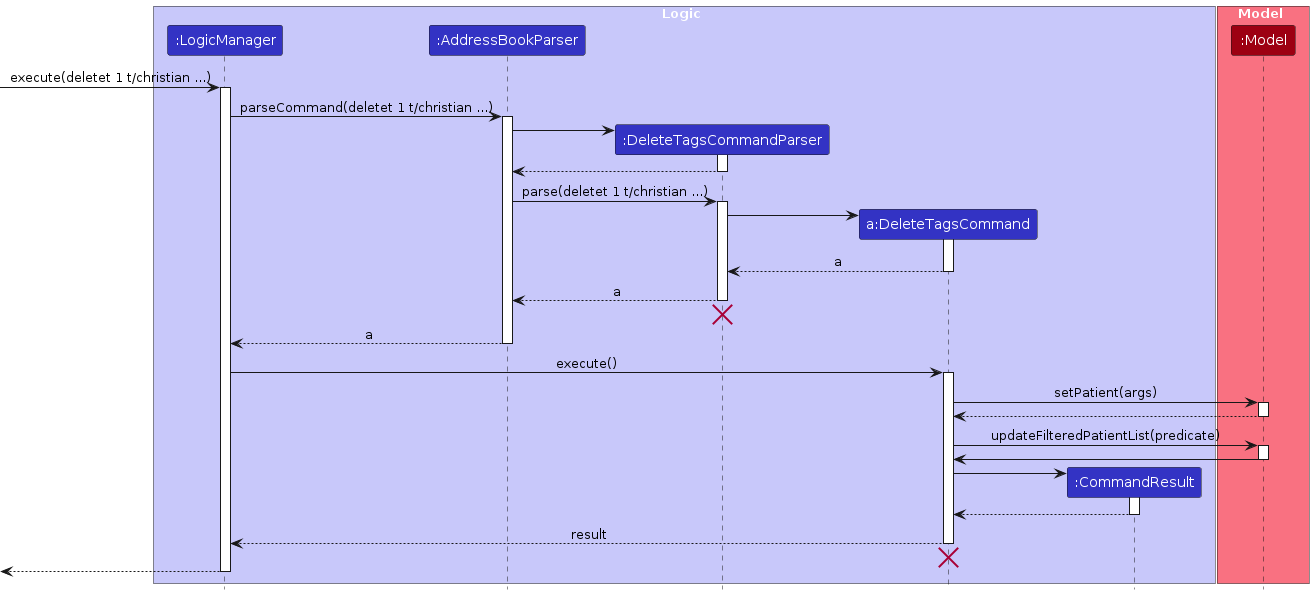
NeoHW/tp keeps this PlantUML diagram as diagrams/DeleteTagsSequenceDiagram.png. Above is the earlier version. Its source is kept beside it as diagrams/DeleteTagsSequenceDiagram.puml. Its diagram source:
```plantuml
@startuml
!include style.puml
skinparam ArrowFontStyle plain

box Logic LOGIC_COLOR_T1
participant ":LogicManager" as LogicManager LOGIC_COLOR
participant ":AddressBookParser" as AddressBookParser LOGIC_COLOR
participant ":DeleteTagsCommandParser" as DeleteTagsCommandParser LOGIC_COLOR
participant "a:DeleteTagsCommand" as DeleteTagsCommand LOGIC_COLOR
participant ":CommandResult" as CommandResult LOGIC_COLOR
end box

box Model MODEL_COLOR_T1
participant ":Model" as Model MODEL_COLOR
end box

[-> LogicManager : execute(deletet 1 t/christian ...)
activate LogicManager

LogicManager -> AddressBookParser : parseCommand(deletet 1 t/christian ...)
activate AddressBookParser

create DeleteTagsCommandParser
AddressBookParser -> DeleteTagsCommandParser
activate DeleteTagsCommandParser

DeleteTagsCommandParser --> AddressBookParser
deactivate DeleteTagsCommandParser

AddressBookParser -> DeleteTagsCommandParser : parse(deletet 1 t/christian ...)
activate DeleteTagsCommandParser

Create DeleteTagsCommand
DeleteTagsCommandParser -> DeleteTagsCommand
activate DeleteTagsCommand

DeleteTagsCommand --> DeleteTagsCommandParser : a
deactivate DeleteTagsCommand

DeleteTagsCommandParser --> AddressBookParser : a
deactivate DeleteTagsCommandParser
DeleteTagsCommandParser -[hidden]-> AddressBookParser
destroy DeleteTagsCommandParser

AddressBookParser --> LogicManager : a
deactivate AddressBookParser

LogicManager -> DeleteTagsCommand : execute()
activate DeleteTagsCommand

DeleteTagsCommand -> Model : setPatient(args)
activate Model

Model --> DeleteTagsCommand
deactivate Model

DeleteTagsCommand -> Model : updateFilteredPatientList(predicate)
activate Model

Model -> DeleteTagsCommand
deactivate Model

create CommandResult
DeleteTagsCommand -> CommandResult
activate CommandResult

CommandResult --> DeleteTagsCommand
deactivate CommandResult

DeleteTagsCommand --> LogicManager : result
deactivate DeleteTagsCommand

DeleteTagsCommand -[hidden]-> AddressBookParser
destroy DeleteTagsCommand

[<--LogicManager
deactivate LogicManager

@enduml
```
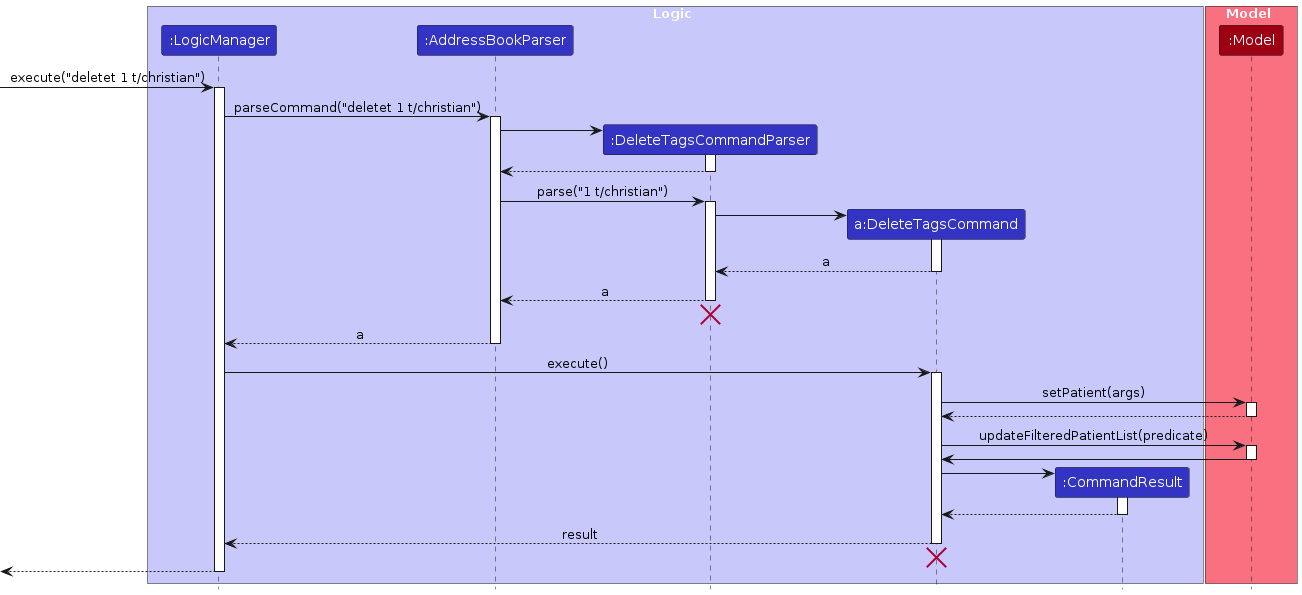
The same file after the commit.

Change to the diagram source:
```diff
@@ -14,10 +14,10 @@
 participant ":Model" as Model MODEL_COLOR
 end box
 
-[-> LogicManager : execute(deletet 1 t/christian ...)
+[-> LogicManager : execute("deletet 1 t/christian")
 activate LogicManager
 
-LogicManager -> AddressBookParser : parseCommand(deletet 1 t/christian ...)
+LogicManager -> AddressBookParser : parseCommand("deletet 1 t/christian")
 activate AddressBookParser
 
 create DeleteTagsCommandParser
@@ -27,7 +27,7 @@
 DeleteTagsCommandParser --> AddressBookParser
 deactivate DeleteTagsCommandParser
 
-AddressBookParser -> DeleteTagsCommandParser : parse(deletet 1 t/christian ...)
+AddressBookParser -> DeleteTagsCommandParser : parse("1 t/christian")
 activate DeleteTagsCommandParser
 
 Create DeleteTagsCommand
```
